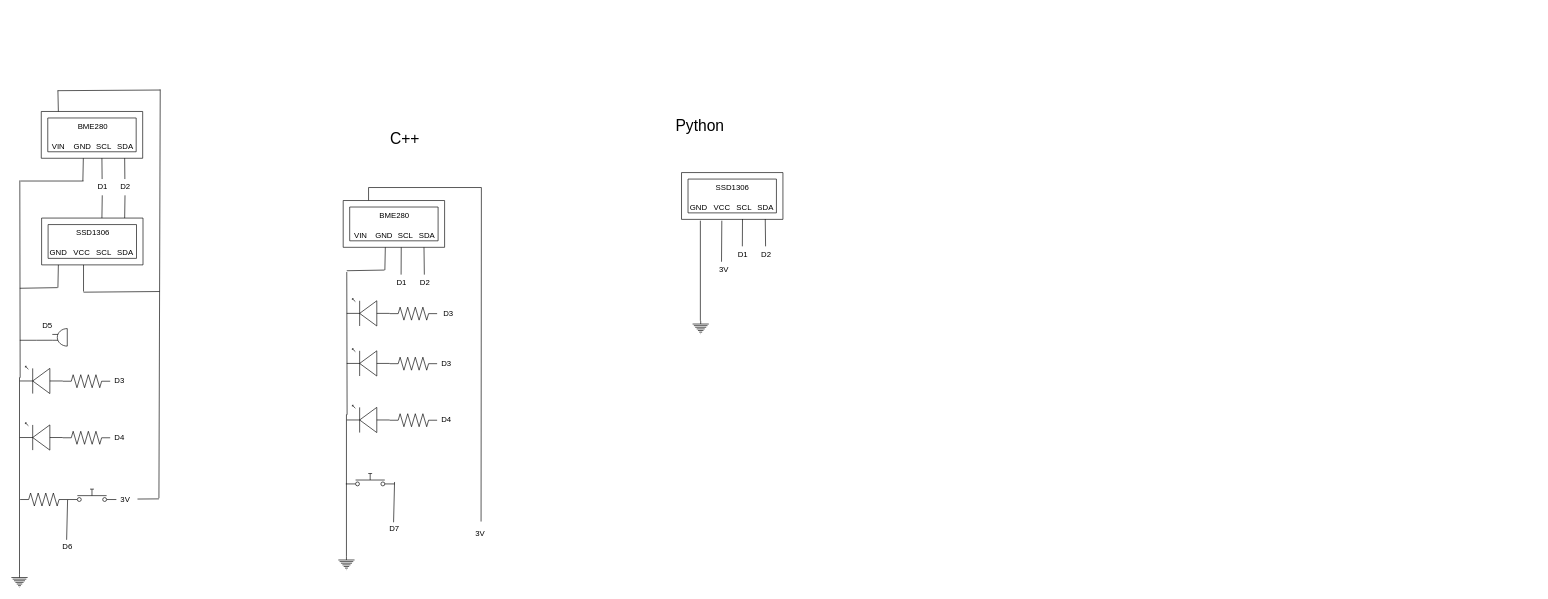
ThaisTassinari/Draw keeps this draw.io diagram as TP1_Thais.drawio. Above is the earlier version. Source tidied: cells renumbered, new cells numbered last; positions are measured from the earlier drawing's top-left corner, leaving out a move shared by most shapes. Both pictures are drawn from the tidied source at 65%, with x=0, y=0 at pixel (11, 89). Pictures stored in the file or linked from it are replaced by grey dashed boxes.
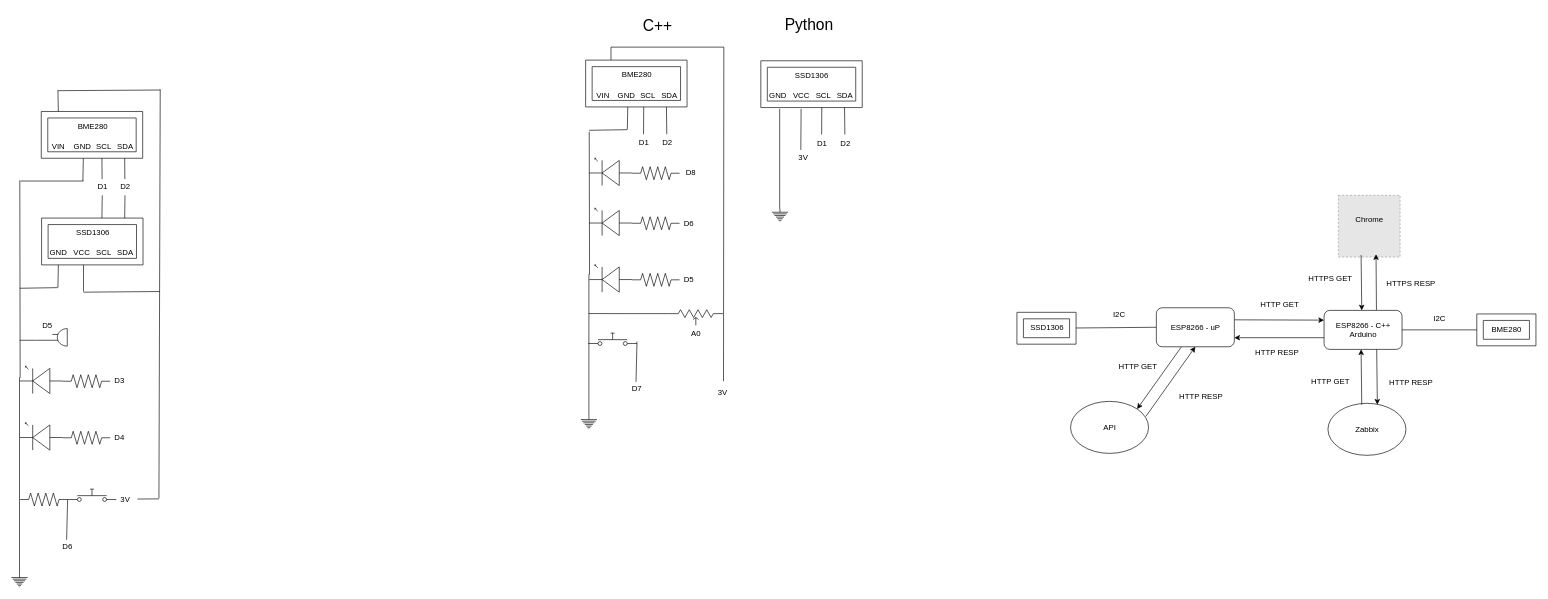
The same page after the edit.

Diff of the diagram source:
```diff
@@
     <mxCell id="46" style="verticalLabelPosition=bottom;shadow=0;dashed=0;align=center;html=1;verticalAlign=top;shape=mxgraph.electrical.resistors.resistor_2;" parent="1" vertex="1">
-      <mxGeometry x="582" y="412" width="73" height="20" as="geometry" />
+      <mxGeometry x="955" y="196" width="73" height="20" as="geometry" />
     </mxCell>
     <mxCell id="47" style="verticalLabelPosition=bottom;shadow=0;dashed=0;align=center;html=1;verticalAlign=top;shape=mxgraph.electrical.resistors.resistor_2;" parent="1" vertex="1">
-      <mxGeometry x="582" y="499" width="73" height="20" as="geometry" />
+      <mxGeometry x="955" y="283" width="73" height="20" as="geometry" />
     </mxCell>
     <mxCell id="48" style="edgeStyle=orthogonalEdgeStyle;rounded=0;jettySize=auto;html=1;endArrow=none;endFill=0;" parent="1" edge="1" source="49">
       <mxGeometry relative="1" as="geometry">
-        <mxPoint x="516" y="281" as="targetPoint" />
+        <mxPoint x="889" y="65" as="targetPoint" />
       </mxGeometry>
     </mxCell>
     <mxCell id="49" style="verticalLabelPosition=bottom;shadow=0;dashed=0;align=center;html=1;verticalAlign=top;shape=mxgraph.electrical.signal_sources.protective_earth;" parent="1" vertex="1">
-      <mxGeometry x="503" y="719" width="25" height="20" as="geometry" />
+      <mxGeometry x="876" y="503" width="25" height="20" as="geometry" />
     </mxCell>
     <mxCell id="50" style="verticalLabelPosition=bottom;shadow=0;dashed=0;align=center;html=1;verticalAlign=top;shape=mxgraph.electrical.opto_electronics.led_1;flipH=1;" parent="1" vertex="1">
-      <mxGeometry x="516" y="399" width="66" height="42" as="geometry" />
+      <mxGeometry x="889" y="183" width="66" height="42" as="geometry" />
     </mxCell>
     <mxCell id="51" style="verticalLabelPosition=bottom;shadow=0;dashed=0;align=center;html=1;verticalAlign=top;shape=mxgraph.electrical.opto_electronics.led_1;flipH=1;" parent="1" vertex="1">
-      <mxGeometry x="516" y="486" width="66" height="42" as="geometry" />
+      <mxGeometry x="889" y="270" width="66" height="42" as="geometry" />
     </mxCell>
     <mxCell id="52" style="html=1;shape=mxgraph.electrical.electro-mechanical.pushbutton;elSwitchState=off;" parent="1" vertex="1">
-      <mxGeometry x="514.5" y="591" width="75" height="20" as="geometry" />
+      <mxGeometry x="887.5" y="375" width="75" height="20" as="geometry" />
     </mxCell>
     <mxCell id="53" style="verticalLabelPosition=bottom;verticalAlign=top;html=1;shape=mxgraph.basic.frame;dx=10;whiteSpace=wrap;" parent="1" vertex="1">
-      <mxGeometry x="1031" y="128" width="156" height="72" as="geometry" />
+      <mxGeometry x="1153" y="-44" width="156" height="72" as="geometry" />
     </mxCell>
     <mxCell id="54" value="SSD1306" style="text;html=1;align=center;verticalAlign=middle;strokeColor=none;fillColor=none;" parent="1" vertex="1">
-      <mxGeometry x="1074.5" y="138" width="69" height="26" as="geometry" />
+      <mxGeometry x="1196.5" y="-34" width="69" height="26" as="geometry" />
     </mxCell>
     <mxCell id="55" value="GND" style="text;html=1;align=center;verticalAlign=middle;strokeColor=none;fillColor=none;" parent="1" vertex="1">
-      <mxGeometry x="1034" y="169" width="45" height="26" as="geometry" />
+      <mxGeometry x="1156" y="-3" width="45" height="26" as="geometry" />
     </mxCell>
     <mxCell id="56" style="rounded=0;jettySize=auto;html=1;endArrow=none;endFill=0;entryX=0.41;entryY=0.045;entryDx=0;entryDy=0;entryPerimeter=0;" parent="1" edge="1" target="89">
       <mxGeometry relative="1" as="geometry">
-        <mxPoint x="1093" y="202" as="sourcePoint" />
+        <mxPoint x="1215" y="30" as="sourcePoint" />
       </mxGeometry>
     </mxCell>
     <mxCell id="57" value="VCC" style="text;html=1;align=center;verticalAlign=middle;strokeColor=none;fillColor=none;" parent="1" vertex="1">
-      <mxGeometry x="1071" y="169" width="43" height="26" as="geometry" />
+      <mxGeometry x="1193" y="-3" width="43" height="26" as="geometry" />
     </mxCell>
     <mxCell id="58" value="SCL" style="text;html=1;align=center;verticalAlign=middle;strokeColor=none;fillColor=none;" parent="1" vertex="1">
-      <mxGeometry x="1106" y="169" width="41" height="26" as="geometry" />
+      <mxGeometry x="1228" y="-3" width="41" height="26" as="geometry" />
     </mxCell>
     <mxCell id="59" value="SDA" style="text;html=1;align=center;verticalAlign=middle;strokeColor=none;fillColor=none;" parent="1" vertex="1">
-      <mxGeometry x="1138" y="169" width="43" height="26" as="geometry" />
+      <mxGeometry x="1260" y="-3" width="43" height="26" as="geometry" />
     </mxCell>
     <mxCell id="60" style="edgeStyle=orthogonalEdgeStyle;rounded=0;jettySize=auto;html=1;exitX=0;exitY=0;exitDx=39;exitDy=0;exitPerimeter=0;endArrow=none;endFill=0;" parent="1" edge="1" source="61">
       <mxGeometry relative="1" as="geometry">
-        <mxPoint x="722.6" y="664.9" as="targetPoint" />
+        <mxPoint x="1095.6" y="448.9" as="targetPoint" />
       </mxGeometry>
     </mxCell>
     <mxCell id="61" style="verticalLabelPosition=bottom;verticalAlign=top;html=1;shape=mxgraph.basic.frame;dx=10;whiteSpace=wrap;" parent="1" vertex="1">
-      <mxGeometry x="510.5" y="171" width="156" height="72" as="geometry" />
+      <mxGeometry x="883.5" y="-45" width="156" height="72" as="geometry" />
     </mxCell>
     <mxCell id="62" value="BME280" style="text;html=1;align=center;verticalAlign=middle;strokeColor=none;fillColor=none;" parent="1" vertex="1">
-      <mxGeometry x="557" y="181" width="64" height="26" as="geometry" />
+      <mxGeometry x="930" y="-35" width="64" height="26" as="geometry" />
     </mxCell>
     <mxCell id="63" value="VIN" style="text;html=1;align=center;verticalAlign=middle;strokeColor=none;fillColor=none;" parent="1" vertex="1">
-      <mxGeometry x="517.5" y="212" width="38" height="26" as="geometry" />
+      <mxGeometry x="890.5" y="-4" width="38" height="26" as="geometry" />
     </mxCell>
     <mxCell id="64" value="GND" style="text;html=1;align=center;verticalAlign=middle;strokeColor=none;fillColor=none;" parent="1" vertex="1">
-      <mxGeometry x="550.5" y="212" width="45" height="26" as="geometry" />
+      <mxGeometry x="923.5" y="-4" width="45" height="26" as="geometry" />
     </mxCell>
     <mxCell id="65" value="SCL" style="text;html=1;align=center;verticalAlign=middle;strokeColor=none;fillColor=none;" parent="1" vertex="1">
-      <mxGeometry x="585.5" y="212" width="41" height="26" as="geometry" />
+      <mxGeometry x="958.5" y="-4" width="41" height="26" as="geometry" />
     </mxCell>
     <mxCell id="66" value="SDA" style="text;html=1;align=center;verticalAlign=middle;strokeColor=none;fillColor=none;" parent="1" vertex="1">
-      <mxGeometry x="617.5" y="212" width="43" height="26" as="geometry" />
+      <mxGeometry x="990.5" y="-4" width="43" height="26" as="geometry" />
     </mxCell>
     <mxCell id="67" style="endArrow=none;html=1;rounded=0;" parent="1" edge="1">
       <mxGeometry relative="1" as="geometry">
-        <mxPoint x="516" y="279" as="sourcePoint" />
-        <mxPoint x="574" y="278" as="targetPoint" />
+        <mxPoint x="889" y="63" as="sourcePoint" />
+        <mxPoint x="947" y="62" as="targetPoint" />
       </mxGeometry>
     </mxCell>
     <mxCell id="68" style="endArrow=none;html=1;rounded=0;entryX=1;entryY=0.5;entryDx=0;entryDy=0;entryPerimeter=0;" parent="1" edge="1">
       <mxGeometry relative="1" as="geometry">
-        <mxPoint x="588" y="666" as="sourcePoint" />
-        <mxPoint x="589.5" y="604" as="targetPoint" />
+        <mxPoint x="961" y="450" as="sourcePoint" />
+        <mxPoint x="962.5" y="388" as="targetPoint" />
       </mxGeometry>
     </mxCell>
     <mxCell id="69" value="D7" style="text;html=1;align=center;verticalAlign=middle;strokeColor=none;fillColor=none;" parent="1" vertex="1">
-      <mxGeometry x="572" y="663" width="33" height="26" as="geometry" />
+      <mxGeometry x="945" y="447" width="33" height="26" as="geometry" />
     </mxCell>
-    <mxCell id="70" value="D4" style="text;html=1;align=center;verticalAlign=middle;strokeColor=none;fillColor=none;" parent="1" vertex="1">
-      <mxGeometry x="652" y="496" width="33" height="26" as="geometry" />
+    <mxCell id="70" value="D5" style="text;html=1;align=center;verticalAlign=middle;strokeColor=none;fillColor=none;" parent="1" vertex="1">
+      <mxGeometry x="1025" y="280" width="33" height="26" as="geometry" />
     </mxCell>
-    <mxCell id="71" value="D3" style="text;html=1;align=center;verticalAlign=middle;strokeColor=none;fillColor=none;" parent="1" vertex="1">
-      <mxGeometry x="652" y="409" width="33" height="26" as="geometry" />
+    <mxCell id="71" value="D6" style="text;html=1;align=center;verticalAlign=middle;strokeColor=none;fillColor=none;" parent="1" vertex="1">
+      <mxGeometry x="1025" y="193" width="33" height="26" as="geometry" />
     </mxCell>
     <mxCell id="72" style="endArrow=none;html=1;rounded=0;" parent="1" edge="1" target="73">
       <mxGeometry relative="1" as="geometry">
-        <mxPoint x="634.8" y="243" as="sourcePoint" />
+        <mxPoint x="1007.8" y="27" as="sourcePoint" />
       </mxGeometry>
     </mxCell>
     <mxCell id="73" value="D2" style="text;html=1;align=center;verticalAlign=middle;points=[];strokeColor=none;fillColor=none;" parent="1" vertex="1">
-      <mxGeometry x="619" y="285" width="33" height="26" as="geometry" />
+      <mxGeometry x="992" y="69" width="33" height="26" as="geometry" />
     </mxCell>
     <mxCell id="74" style="endArrow=none;html=1;rounded=0;" parent="1" edge="1" target="75">
       <mxGeometry relative="1" as="geometry">
-        <mxPoint x="599.8" y="243" as="sourcePoint" />
+        <mxPoint x="972.8" y="27" as="sourcePoint" />
       </mxGeometry>
     </mxCell>
     <mxCell id="75" value="D1" style="text;html=1;align=center;verticalAlign=middle;points=[];strokeColor=none;fillColor=none;" parent="1" vertex="1">
-      <mxGeometry x="583" y="285" width="33" height="26" as="geometry" />
+      <mxGeometry x="956" y="69" width="33" height="26" as="geometry" />
     </mxCell>
     <mxCell id="76" style="endArrow=none;html=1;rounded=0;" parent="1" edge="1">
       <mxGeometry relative="1" as="geometry">
-        <mxPoint x="574.6" y="278" as="sourcePoint" />
-        <mxPoint x="575.3" y="243" as="targetPoint" />
+        <mxPoint x="947.6" y="62" as="sourcePoint" />
+        <mxPoint x="948.3" y="27" as="targetPoint" />
       </mxGeometry>
     </mxCell>
     <mxCell id="77" value="&lt;font style=&quot;font-size: 24px;&quot;&gt;Python&lt;/font&gt;" style="text;html=1;align=center;verticalAlign=middle;strokeColor=none;fillColor=none;" parent="1" vertex="1">
-      <mxGeometry x="1012" y="36.5" width="93" height="41" as="geometry" />
+      <mxGeometry x="1180" y="-120" width="93" height="41" as="geometry" />
     </mxCell>
     <mxCell id="78" style="verticalLabelPosition=bottom;shadow=0;dashed=0;align=center;html=1;verticalAlign=top;shape=mxgraph.electrical.resistors.resistor_2;" parent="1" vertex="1">
-      <mxGeometry x="582" y="335" width="73" height="20" as="geometry" />
+      <mxGeometry x="955" y="119" width="73" height="20" as="geometry" />
     </mxCell>
     <mxCell id="79" style="verticalLabelPosition=bottom;shadow=0;dashed=0;align=center;html=1;verticalAlign=top;shape=mxgraph.electrical.opto_electronics.led_1;flipH=1;" parent="1" vertex="1">
-      <mxGeometry x="516" y="322" width="66" height="42" as="geometry" />
+      <mxGeometry x="889" y="106" width="66" height="42" as="geometry" />
     </mxCell>
-    <mxCell id="80" value="D3" style="text;html=1;align=center;verticalAlign=middle;strokeColor=none;fillColor=none;" parent="1" vertex="1">
-      <mxGeometry x="655" y="332" width="33" height="26" as="geometry" />
+    <mxCell id="80" value="D8" style="text;html=1;align=center;verticalAlign=middle;strokeColor=none;fillColor=none;" parent="1" vertex="1">
+      <mxGeometry x="1028" y="116" width="33" height="26" as="geometry" />
     </mxCell>
     <mxCell id="81" value="3V" style="text;html=1;align=center;verticalAlign=middle;strokeColor=none;fillColor=none;" parent="1" vertex="1">
-      <mxGeometry x="704" y="670" width="33" height="26" as="geometry" />
+      <mxGeometry x="1077" y="454" width="33" height="26" as="geometry" />
     </mxCell>
     <mxCell id="82" value="&lt;font style=&quot;font-size: 24px;&quot;&gt;C++&lt;/font&gt;" style="text;html=1;align=center;verticalAlign=middle;strokeColor=none;fillColor=none;" parent="1" vertex="1">
-      <mxGeometry x="573" y="55" width="63" height="41" as="geometry" />
+      <mxGeometry x="962.5" y="-119" width="63" height="41" as="geometry" />
     </mxCell>
     <mxCell id="83" style="edgeStyle=orthogonalEdgeStyle;rounded=0;jettySize=auto;html=1;endArrow=none;endFill=0;" parent="1" edge="1" source="84">
       <mxGeometry relative="1" as="geometry">
-        <mxPoint x="1060" y="202" as="targetPoint" />
+        <mxPoint x="1182" y="30" as="targetPoint" />
       </mxGeometry>
     </mxCell>
     <mxCell id="84" style="verticalLabelPosition=bottom;shadow=0;dashed=0;align=center;html=1;verticalAlign=top;shape=mxgraph.electrical.signal_sources.protective_earth;" parent="1" vertex="1">
-      <mxGeometry x="1048" y="356" width="25" height="20" as="geometry" />
+      <mxGeometry x="1170" y="184" width="25" height="20" as="geometry" />
     </mxCell>
     <mxCell id="85" style="endArrow=none;html=1;rounded=0;" parent="1" edge="1" target="86">
       <mxGeometry relative="1" as="geometry">
-        <mxPoint x="1159.8" y="199.5" as="sourcePoint" />
+        <mxPoint x="1281.8" y="27.5" as="sourcePoint" />
       </mxGeometry>
     </mxCell>
     <mxCell id="86" value="D2" style="text;html=1;align=center;verticalAlign=middle;points=[];strokeColor=none;fillColor=none;" parent="1" vertex="1">
-      <mxGeometry x="1144" y="241.5" width="33" height="26" as="geometry" />
+      <mxGeometry x="1266" y="69.5" width="33" height="26" as="geometry" />
     </mxCell>
     <mxCell id="87" style="endArrow=none;html=1;rounded=0;" parent="1" edge="1" target="88">
       <mxGeometry relative="1" as="geometry">
-        <mxPoint x="1124.8" y="199.5" as="sourcePoint" />
+        <mxPoint x="1246.8" y="27.5" as="sourcePoint" />
       </mxGeometry>
     </mxCell>
     <mxCell id="88" value="D1" style="text;html=1;align=center;verticalAlign=middle;points=[];strokeColor=none;fillColor=none;" parent="1" vertex="1">
-      <mxGeometry x="1108" y="241.5" width="33" height="26" as="geometry" />
+      <mxGeometry x="1230" y="69.5" width="33" height="26" as="geometry" />
     </mxCell>
     <mxCell id="89" value="3V" style="text;html=1;align=center;verticalAlign=middle;points=[];strokeColor=none;fillColor=none;" parent="1" vertex="1">
-      <mxGeometry x="1079" y="264" width="33" height="26" as="geometry" />
+      <mxGeometry x="1201" y="92" width="33" height="26" as="geometry" />
     </mxCell>
+    <mxCell id="90" style="edgeStyle=orthogonalEdgeStyle;rounded=0;jettySize=auto;html=1;exitX=0;exitY=0.25;exitDx=0;exitDy=0;exitPerimeter=0;endArrow=none;endFill=0;" parent="1" edge="1" source="91">
+      <mxGeometry relative="1" as="geometry">
+        <mxPoint x="888.2" y="344.9" as="targetPoint" />
+      </mxGeometry>
+    </mxCell>
+    <mxCell id="91" style="verticalLabelPosition=bottom;shadow=0;dashed=0;align=center;html=1;verticalAlign=top;shape=mxgraph.electrical.resistors.potentiometer_2;" parent="1" vertex="1">
+      <mxGeometry x="1011" y="339" width="84" height="24" as="geometry" />
+    </mxCell>
+    <mxCell id="92" value="A0" style="text;html=1;align=center;verticalAlign=middle;strokeColor=none;fillColor=none;" parent="1" vertex="1">
+      <mxGeometry x="1036.5" y="363" width="33" height="26" as="geometry" />
+    </mxCell>
+    <mxCell id="93" style="rounded=0;jettySize=auto;html=1;entryX=0;entryY=0.5;entryDx=0;entryDy=0;endArrow=none;endFill=0;" parent="1" edge="1" source="94" target="97">
+      <mxGeometry relative="1" as="geometry" />
+    </mxCell>
+    <mxCell id="94" style="verticalLabelPosition=bottom;verticalAlign=top;html=1;shape=mxgraph.basic.frame;dx=10;whiteSpace=wrap;" parent="1" vertex="1">
+      <mxGeometry x="1547" y="343" width="91" height="49" as="geometry" />
+    </mxCell>
+    <mxCell id="95" value="SSD1306" style="text;html=1;align=center;verticalAlign=middle;strokeColor=none;fillColor=none;" parent="1" vertex="1">
+      <mxGeometry x="1558" y="353" width="69" height="26" as="geometry" />
+    </mxCell>
+    <mxCell id="96" style="rounded=0;jettySize=auto;html=1;entryX=1;entryY=0;entryDx=0;entryDy=0;" parent="1" edge="1" source="97" target="99">
+      <mxGeometry relative="1" as="geometry" />
+    </mxCell>
+    <mxCell id="97" value="ESP8266 - uP" style="rounded=1;whiteSpace=wrap;html=1;" parent="1" vertex="1">
+      <mxGeometry x="1761.5" y="336" width="120" height="60" as="geometry" />
+    </mxCell>
+    <mxCell id="98" style="rounded=0;jettySize=auto;html=1;entryX=0.5;entryY=1;entryDx=0;entryDy=0;exitX=0.966;exitY=0.289;exitDx=0;exitDy=0;exitPerimeter=0;" parent="1" edge="1" source="99" target="97">
+      <mxGeometry relative="1" as="geometry" />
+    </mxCell>
+    <mxCell id="99" value="API" style="ellipse;whiteSpace=wrap;html=1;" parent="1" vertex="1">
+      <mxGeometry x="1629.5" y="480" width="120" height="80" as="geometry" />
+    </mxCell>
+    <mxCell id="100" value="I2C" style="text;html=1;align=center;verticalAlign=middle;strokeColor=none;fillColor=none;" parent="1" vertex="1">
+      <mxGeometry x="1685.5" y="334" width="37" height="26" as="geometry" />
+    </mxCell>
+    <mxCell id="101" value="HTTP GET" style="text;html=1;align=center;verticalAlign=middle;strokeColor=none;fillColor=none;" parent="1" vertex="1">
+      <mxGeometry x="1694.5" y="413" width="77" height="26" as="geometry" />
+    </mxCell>
+    <mxCell id="102" value="HTTP RESP" style="text;html=1;align=center;verticalAlign=middle;strokeColor=none;fillColor=none;" parent="1" vertex="1">
+      <mxGeometry x="1787.5" y="460" width="85" height="26" as="geometry" />
+    </mxCell>
+    <mxCell id="103" value="ESP8266 - C++&lt;br&gt;Arduino" style="rounded=1;whiteSpace=wrap;html=1;" parent="1" vertex="1">
+      <mxGeometry x="2019.5" y="340" width="120" height="60" as="geometry" />
+    </mxCell>
+    <mxCell id="104" style="endArrow=classic;html=1;rounded=0;entryX=0;entryY=0.25;entryDx=0;entryDy=0;exitX=1.004;exitY=0.309;exitDx=0;exitDy=0;exitPerimeter=0;" parent="1" edge="1" source="97" target="103">
+      <mxGeometry relative="1" as="geometry" />
+    </mxCell>
+    <mxCell id="105" style="endArrow=none;html=1;rounded=0;entryX=0;entryY=0.25;entryDx=0;entryDy=0;exitX=1.004;exitY=0.309;exitDx=0;exitDy=0;exitPerimeter=0;endFill=0;startArrow=classic;startFill=1;" parent="1" edge="1">
+      <mxGeometry relative="1" as="geometry">
+        <mxPoint x="1881.5" y="382" as="sourcePoint" />
+        <mxPoint x="2019.5" y="382" as="targetPoint" />
+      </mxGeometry>
+    </mxCell>
+    <mxCell id="106" value="HTTP GET" style="text;html=1;align=center;verticalAlign=middle;strokeColor=none;fillColor=none;" parent="1" vertex="1">
+      <mxGeometry x="1912.5" y="318" width="77" height="26" as="geometry" />
+    </mxCell>
+    <mxCell id="107" value="HTTP RESP" style="text;html=1;align=center;verticalAlign=middle;strokeColor=none;fillColor=none;" parent="1" vertex="1">
+      <mxGeometry x="1904.5" y="392" width="85" height="26" as="geometry" />
+    </mxCell>
+    <mxCell id="108" style="fillColor=#E6E6E6;strokeColor=#999999;dashed=1;html=1;verticalAlign=top;verticalLabelPosition=bottom;labelBackgroundColor=#ffffff;fontSize=9;fontColor=default;" parent="1" vertex="1">
+      <mxGeometry x="2041.5" y="163" width="95" height="95" as="geometry" />
+    </mxCell>
+    <mxCell id="109" value="Chrome" style="text;html=1;align=center;verticalAlign=middle;strokeColor=none;fillColor=none;" parent="1" vertex="1">
+      <mxGeometry x="2058.5" y="187" width="61" height="26" as="geometry" />
+    </mxCell>
+    <mxCell id="110" style="endArrow=classic;html=1;rounded=0;entryX=0.61;entryY=0.954;entryDx=0;entryDy=0;entryPerimeter=0;exitX=0.672;exitY=-0.012;exitDx=0;exitDy=0;exitPerimeter=0;" parent="1" edge="1" source="103" target="108">
+      <mxGeometry relative="1" as="geometry" />
+    </mxCell>
+    <mxCell id="111" style="endArrow=none;html=1;rounded=0;entryX=0.61;entryY=0.954;entryDx=0;entryDy=0;entryPerimeter=0;exitX=0.672;exitY=-0.012;exitDx=0;exitDy=0;exitPerimeter=0;endFill=0;startArrow=classic;startFill=1;" parent="1" edge="1">
+      <mxGeometry relative="1" as="geometry">
+        <mxPoint x="2077.5" y="340" as="sourcePoint" />
+        <mxPoint x="2076.5" y="255" as="targetPoint" />
+      </mxGeometry>
+    </mxCell>
+    <mxCell id="112" value="HTTPS RESP" style="text;html=1;align=center;verticalAlign=middle;strokeColor=none;fillColor=none;" parent="1" vertex="1">
+      <mxGeometry x="2106.5" y="286" width="93" height="26" as="geometry" />
+    </mxCell>
+    <mxCell id="113" value="HTTPS GET" style="text;html=1;align=center;verticalAlign=middle;strokeColor=none;fillColor=none;" parent="1" vertex="1">
+      <mxGeometry x="1986.5" y="278" width="85" height="26" as="geometry" />
+    </mxCell>
+    <mxCell id="114" value="BME280" style="text;html=1;align=center;verticalAlign=middle;strokeColor=none;fillColor=none;" parent="1" vertex="1">
+      <mxGeometry x="2268" y="357" width="64" height="26" as="geometry" />
+    </mxCell>
+    <mxCell id="115" style="verticalLabelPosition=bottom;verticalAlign=top;html=1;shape=mxgraph.basic.frame;dx=10;whiteSpace=wrap;" parent="1" vertex="1">
+      <mxGeometry x="2254.5" y="345.5" width="91" height="49" as="geometry" />
+    </mxCell>
+    <mxCell id="116" style="rounded=0;jettySize=auto;html=1;entryX=0;entryY=0.5;entryDx=0;entryDy=0;entryPerimeter=0;endArrow=none;endFill=0;" parent="1" edge="1" source="103" target="115">
+      <mxGeometry relative="1" as="geometry" />
+    </mxCell>
+    <mxCell id="117" value="I2C" style="text;html=1;align=center;verticalAlign=middle;strokeColor=none;fillColor=none;" parent="1" vertex="1">
+      <mxGeometry x="2178.5" y="340" width="37" height="26" as="geometry" />
+    </mxCell>
+    <mxCell id="118" value="Zabbix" style="ellipse;whiteSpace=wrap;html=1;" parent="1" vertex="1">
+      <mxGeometry x="2025.5" y="483" width="120" height="80" as="geometry" />
+    </mxCell>
+    <mxCell id="119" style="endArrow=classic;html=1;rounded=0;entryX=0.61;entryY=0.954;entryDx=0;entryDy=0;entryPerimeter=0;exitX=0.672;exitY=-0.012;exitDx=0;exitDy=0;exitPerimeter=0;" parent="1" edge="1">
+      <mxGeometry relative="1" as="geometry">
+        <mxPoint x="2077.5" y="485" as="sourcePoint" />
+        <mxPoint x="2076.5" y="400" as="targetPoint" />
+      </mxGeometry>
+    </mxCell>
+    <mxCell id="120" style="endArrow=none;html=1;rounded=0;entryX=0.61;entryY=0.954;entryDx=0;entryDy=0;entryPerimeter=0;exitX=0.672;exitY=-0.012;exitDx=0;exitDy=0;exitPerimeter=0;endFill=0;startArrow=classic;startFill=1;" parent="1" edge="1">
+      <mxGeometry relative="1" as="geometry">
+        <mxPoint x="2101.5" y="485" as="sourcePoint" />
+        <mxPoint x="2100.5" y="400" as="targetPoint" />
+      </mxGeometry>
+    </mxCell>
+    <mxCell id="121" value="HTTP GET" style="text;html=1;align=center;verticalAlign=middle;strokeColor=none;fillColor=none;" parent="1" vertex="1">
+      <mxGeometry x="1990.5" y="437" width="77" height="26" as="geometry" />
+    </mxCell>
+    <mxCell id="122" value="HTTP RESP" style="text;html=1;align=center;verticalAlign=middle;strokeColor=none;fillColor=none;" parent="1" vertex="1">
+      <mxGeometry x="2110.5" y="439" width="85" height="26" as="geometry" />
+    </mxCell>
```
